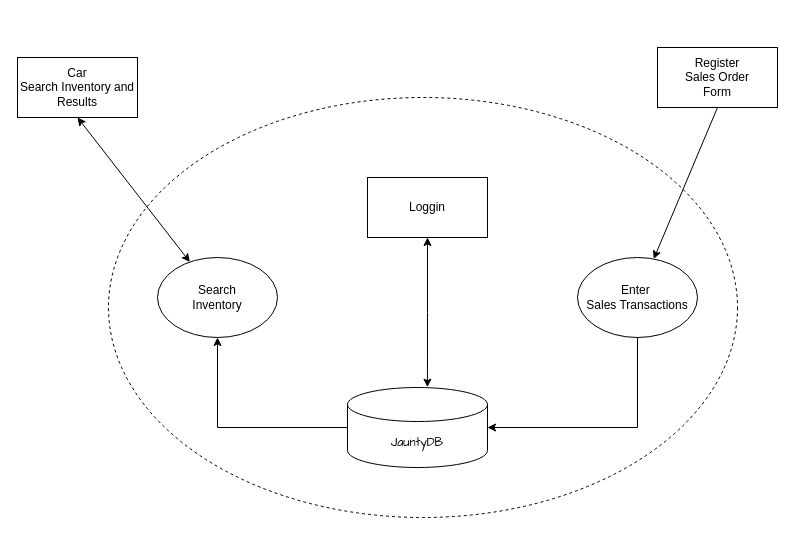
Above: page "IFD" (1 of 2) of Salespeople/EER.drawio in dennismdan/car_dealership_database_proj (draw.io), before the change. Source tidied: cells renumbered, new cells numbered last; positions are measured from the earlier drawing's top-left corner, leaving out a move shared by most shapes. Both pictures are drawn from the tidied source at 100%, with x=0, y=0 at pixel (17, 47).
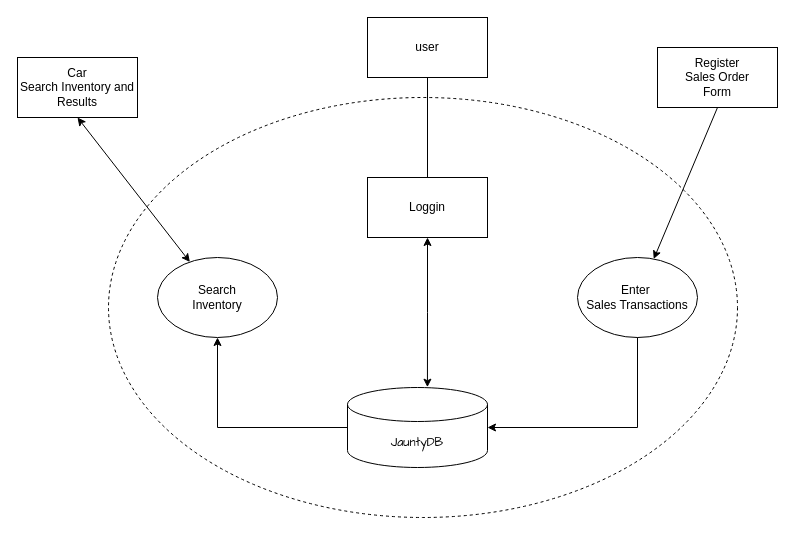
The same diagram, later.

Diff of the diagram source:
```diff
@@
 <mxGraphModel>
   <root>
     <mxCell id="0" />
     <mxCell id="1" parent="0" />
     <mxCell id="2" style="ellipse;whiteSpace=wrap;html=1;fillColor=none;dashed=1;" parent="1" vertex="1">
       <mxGeometry x="91" y="50" width="629" height="420" as="geometry" />
     </mxCell>
     <mxCell id="3" style="edgeStyle=orthogonalEdgeStyle;rounded=0;jettySize=auto;html=1;" parent="1" edge="1" source="4" target="5">
       <mxGeometry relative="1" as="geometry" />
     </mxCell>
     <mxCell id="4" value="&lt;font face=&quot;Comic Sans MS&quot;&gt;JauntyDB&lt;/font&gt;" style="shape=cylinder3;whiteSpace=wrap;html=1;boundedLbl=1;backgroundOutline=1;size=17;" parent="1" vertex="1">
       <mxGeometry x="330" y="340" width="140" height="80" as="geometry" />
     </mxCell>
     <mxCell id="5" value="Search &lt;br&gt;Inventory" style="ellipse;whiteSpace=wrap;html=1;fillColor=none;" parent="1" vertex="1">
       <mxGeometry x="140" y="210" width="120" height="80" as="geometry" />
     </mxCell>
     <mxCell id="6" style="edgeStyle=orthogonalEdgeStyle;rounded=0;jettySize=auto;html=1;entryX=1;entryY=0.5;entryDx=0;entryDy=0;entryPerimeter=0;" parent="1" edge="1" source="8" target="4">
       <mxGeometry relative="1" as="geometry">
         <Array as="points">
           <mxPoint x="620" y="380" />
         </Array>
       </mxGeometry>
     </mxCell>
     <mxCell id="7" style="edgeStyle=none;rounded=0;jettySize=auto;html=1;entryX=0.5;entryY=1;entryDx=0;entryDy=0;startArrow=classic;startFill=1;endArrow=none;endFill=0;" parent="1" edge="1" source="8" target="11">
       <mxGeometry relative="1" as="geometry" />
     </mxCell>
     <mxCell id="8" value="Enter&amp;nbsp;&lt;br&gt;Sales Transactions" style="ellipse;whiteSpace=wrap;html=1;fillColor=none;" parent="1" vertex="1">
       <mxGeometry x="560" y="210" width="120" height="80" as="geometry" />
     </mxCell>
     <mxCell id="9" style="rounded=0;jettySize=auto;html=1;startArrow=classic;startFill=1;exitX=0.5;exitY=1;exitDx=0;exitDy=0;" parent="1" edge="1" source="10" target="5">
       <mxGeometry relative="1" as="geometry" />
     </mxCell>
     <mxCell id="10" value="Car &lt;br&gt;Search Inventory and Results" style="rounded=0;whiteSpace=wrap;html=1;fillColor=none;" parent="1" vertex="1">
       <mxGeometry y="10" width="120" height="60" as="geometry" />
     </mxCell>
     <mxCell id="11" value="Register&lt;br&gt;Sales Order&lt;br&gt;Form" style="rounded=0;whiteSpace=wrap;html=1;fillColor=none;" parent="1" vertex="1">
       <mxGeometry x="640" width="120" height="60" as="geometry" />
     </mxCell>
     <mxCell id="12" style="edgeStyle=orthogonalEdgeStyle;rounded=0;jettySize=auto;html=1;entryX=0.571;entryY=-0.004;entryDx=0;entryDy=0;entryPerimeter=0;startArrow=classic;startFill=1;" parent="1" edge="1" source="13" target="4">
       <mxGeometry relative="1" as="geometry" />
     </mxCell>
+    <mxCell id="14" style="edgeStyle=none;rounded=0;jettySize=auto;html=1;endArrow=none;endFill=0;" parent="1" edge="1" source="13" target="15">
+      <mxGeometry relative="1" as="geometry" />
+    </mxCell>
     <mxCell id="13" value="Loggin" style="rounded=0;whiteSpace=wrap;html=1;fillColor=none;" parent="1" vertex="1">
       <mxGeometry x="350" y="130" width="120" height="60" as="geometry" />
     </mxCell>
+    <mxCell id="15" value="user" style="rounded=0;whiteSpace=wrap;html=1;fillColor=none;" parent="1" vertex="1">
+      <mxGeometry x="350" y="-30" width="120" height="60" as="geometry" />
+    </mxCell>
   </root>
 </mxGraphModel>
```
